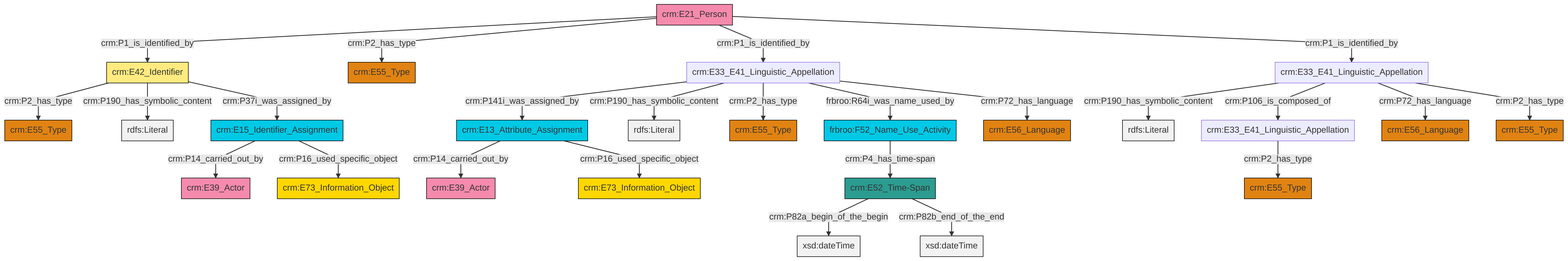
swiss-art-research-net/docs.swissartresearch keeps this Mermaid diagram as et/personCSV/ttl/mmd/png/Person_Names_and_Classification.png. Above is the earlier version. Its source is kept beside it as et/personCSV/ttl/mmd/Person_Names_and_Classification.ttl.mmd.
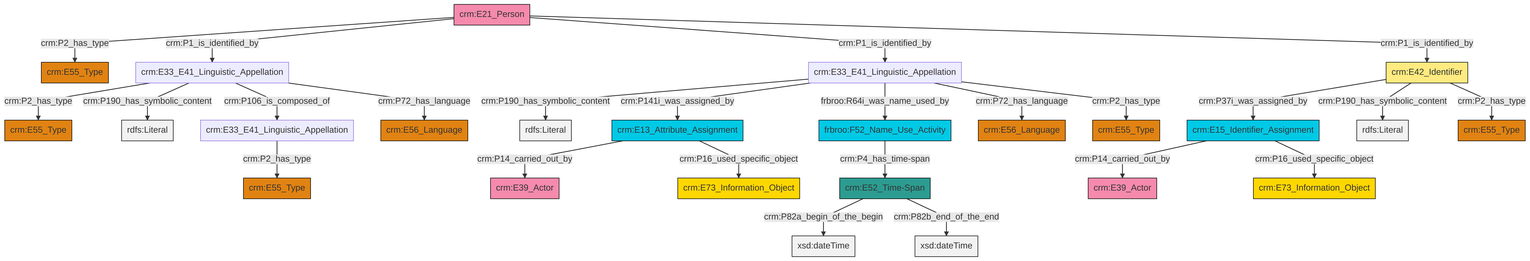
Later version of the same file.

Diff of the diagram source:
```diff
@@ -13,27 +13,27 @@
 classDef PC_Classes fill:#4ce600, stroke:#000000;
 classDef Multi fill:#cccccc,stroke:#000000;
 
-0["crm:E21_Person"]:::Actor -->|crm:P1_is_identified_by| 1["crm:E42_Identifier"]:::Appellation
-0["crm:E21_Person"]:::Actor -->|crm:P2_has_type| 6["crm:E55_Type"]:::Type
-2["crm:E15_Identifier_Assignment"]:::Temporal_Entity -->|crm:P14_carried_out_by| 9["crm:E39_Actor"]:::Actor
-1["crm:E42_Identifier"]:::Appellation -->|crm:P2_has_type| 13["crm:E55_Type"]:::Type
-24["crm:E33_E41_Linguistic_Appellation"]:::Default -->|crm:P141i_was_assigned_by| 25["crm:E13_Attribute_Assignment"]:::Temporal_Entity
-26["crm:E33_E41_Linguistic_Appellation"]:::Default -->|crm:P190_has_symbolic_content| 27[rdfs:Literal]:::Literal
-24["crm:E33_E41_Linguistic_Appellation"]:::Default -->|crm:P190_has_symbolic_content| 28[rdfs:Literal]:::Literal
-20["crm:E52_Time-Span"]:::Time-Span -->|crm:P82a_begin_of_the_begin| 31[xsd:dateTime]:::Literal
-25["crm:E13_Attribute_Assignment"]:::Temporal_Entity -->|crm:P14_carried_out_by| 11["crm:E39_Actor"]:::Actor
-24["crm:E33_E41_Linguistic_Appellation"]:::Default -->|crm:P2_has_type| 36["crm:E55_Type"]:::Type
-7["frbroo:F52_Name_Use_Activity"]:::Temporal_Entity -->|crm:P4_has_time-span| 20["crm:E52_Time-Span"]:::Time-Span
-24["crm:E33_E41_Linguistic_Appellation"]:::Default -->|frbroo:R64i_was_name_used_by| 7["frbroo:F52_Name_Use_Activity"]:::Temporal_Entity
-1["crm:E42_Identifier"]:::Appellation -->|crm:P190_has_symbolic_content| 39[rdfs:Literal]:::Literal
-26["crm:E33_E41_Linguistic_Appellation"]:::Default -->|crm:P106_is_composed_of| 14["crm:E33_E41_Linguistic_Appellation"]:::Default
-26["crm:E33_E41_Linguistic_Appellation"]:::Default -->|crm:P72_has_language| 16["crm:E56_Language"]:::Type
-0["crm:E21_Person"]:::Actor -->|crm:P1_is_identified_by| 24["crm:E33_E41_Linguistic_Appellation"]:::Default
-24["crm:E33_E41_Linguistic_Appellation"]:::Default -->|crm:P72_has_language| 22["crm:E56_Language"]:::Type
-14["crm:E33_E41_Linguistic_Appellation"]:::Default -->|crm:P2_has_type| 34["crm:E55_Type"]:::Type
-20["crm:E52_Time-Span"]:::Time-Span -->|crm:P82b_end_of_the_end| 42[xsd:dateTime]:::Literal
-25["crm:E13_Attribute_Assignment"]:::Temporal_Entity -->|crm:P16_used_specific_object| 29["crm:E73_Information_Object"]:::Conceptual_Object
-0["crm:E21_Person"]:::Actor -->|crm:P1_is_identified_by| 26["crm:E33_E41_Linguistic_Appellation"]:::Default
-1["crm:E42_Identifier"]:::Appellation -->|crm:P37i_was_assigned_by| 2["crm:E15_Identifier_Assignment"]:::Temporal_Entity
-26["crm:E33_E41_Linguistic_Appellation"]:::Default -->|crm:P2_has_type| 18["crm:E55_Type"]:::Type
-2["crm:E15_Identifier_Assignment"]:::Temporal_Entity -->|crm:P16_used_specific_object| 4["crm:E73_Information_Object"]:::Conceptual_Object
+2["crm:E33_E41_Linguistic_Appellation"]:::Default -->|crm:P190_has_symbolic_content| 3[rdfs:Literal]:::Literal
+2["crm:E33_E41_Linguistic_Appellation"]:::Default -->|crm:P141i_was_assigned_by| 10["crm:E13_Attribute_Assignment"]:::Temporal_Entity
+16["crm:E33_E41_Linguistic_Appellation"]:::Default -->|crm:P2_has_type| 17["crm:E55_Type"]:::Type
+22["crm:E42_Identifier"]:::Appellation -->|crm:P37i_was_assigned_by| 23["crm:E15_Identifier_Assignment"]:::Temporal_Entity
+0["frbroo:F52_Name_Use_Activity"]:::Temporal_Entity -->|crm:P4_has_time-span| 24["crm:E52_Time-Span"]:::Time-Span
+22["crm:E42_Identifier"]:::Appellation -->|crm:P190_has_symbolic_content| 28[rdfs:Literal]:::Literal
+23["crm:E15_Identifier_Assignment"]:::Temporal_Entity -->|crm:P14_carried_out_by| 31["crm:E39_Actor"]:::Actor
+18["crm:E21_Person"]:::Actor -->|crm:P2_has_type| 32["crm:E55_Type"]:::Type
+20["crm:E33_E41_Linguistic_Appellation"]:::Default -->|crm:P2_has_type| 12["crm:E55_Type"]:::Type
+2["crm:E33_E41_Linguistic_Appellation"]:::Default -->|frbroo:R64i_was_name_used_by| 0["frbroo:F52_Name_Use_Activity"]:::Temporal_Entity
+24["crm:E52_Time-Span"]:::Time-Span -->|crm:P82a_begin_of_the_begin| 33[xsd:dateTime]:::Literal
+10["crm:E13_Attribute_Assignment"]:::Temporal_Entity -->|crm:P14_carried_out_by| 4["crm:E39_Actor"]:::Actor
+22["crm:E42_Identifier"]:::Appellation -->|crm:P2_has_type| 29["crm:E55_Type"]:::Type
+20["crm:E33_E41_Linguistic_Appellation"]:::Default -->|crm:P190_has_symbolic_content| 34[rdfs:Literal]:::Literal
+24["crm:E52_Time-Span"]:::Time-Span -->|crm:P82b_end_of_the_end| 36[xsd:dateTime]:::Literal
+20["crm:E33_E41_Linguistic_Appellation"]:::Default -->|crm:P106_is_composed_of| 16["crm:E33_E41_Linguistic_Appellation"]:::Default
+18["crm:E21_Person"]:::Actor -->|crm:P1_is_identified_by| 20["crm:E33_E41_Linguistic_Appellation"]:::Default
+20["crm:E33_E41_Linguistic_Appellation"]:::Default -->|crm:P72_has_language| 25["crm:E56_Language"]:::Type
+2["crm:E33_E41_Linguistic_Appellation"]:::Default -->|crm:P72_has_language| 37["crm:E56_Language"]:::Type
+2["crm:E33_E41_Linguistic_Appellation"]:::Default -->|crm:P2_has_type| 8["crm:E55_Type"]:::Type
+23["crm:E15_Identifier_Assignment"]:::Temporal_Entity -->|crm:P16_used_specific_object| 6["crm:E73_Information_Object"]:::Conceptual_Object
+18["crm:E21_Person"]:::Actor -->|crm:P1_is_identified_by| 2["crm:E33_E41_Linguistic_Appellation"]:::Default
+18["crm:E21_Person"]:::Actor -->|crm:P1_is_identified_by| 22["crm:E42_Identifier"]:::Appellation
+10["crm:E13_Attribute_Assignment"]:::Temporal_Entity -->|crm:P16_used_specific_object| 14["crm:E73_Information_Object"]:::Conceptual_Object
```
